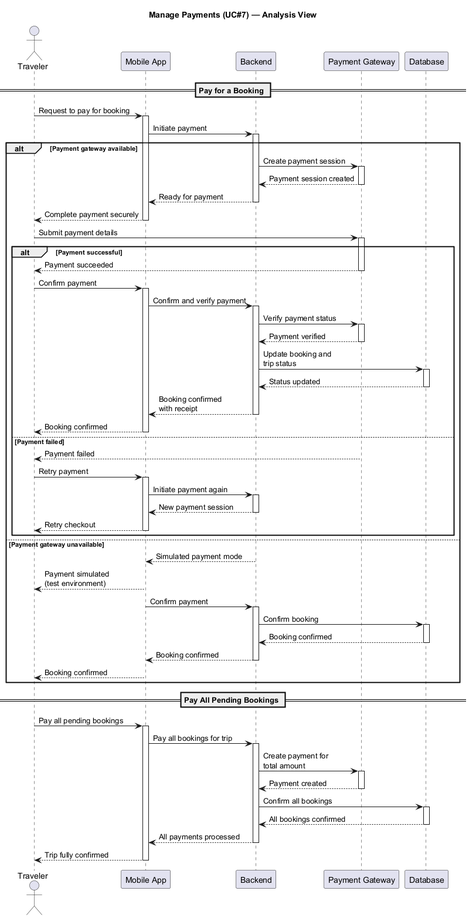
AbdelrahmanMostafa33/TourMate-AI keeps this PlantUML diagram as docs/Diagrams/Payment_Management_Flow.png. Above is the earlier version. Source of this version:
```plantuml
@startuml Payment_Management_Flow
title Manage Payments (UC#7) — Analysis View

actor Traveler
participant "Mobile App" as App
participant "Backend" as Backend
participant "Payment Gateway" as Stripe
participant "Database" as DB

== Pay for a Booking ==

Traveler -> App: Request to pay for booking
activate App

App -> Backend: Initiate payment
activate Backend

alt Payment gateway available
  Backend -> Stripe: Create payment session
  activate Stripe
  Stripe --> Backend: Payment session created
  deactivate Stripe

  Backend --> App: Ready for payment
  deactivate Backend

  App --> Traveler: Complete payment securely
  deactivate App

  Traveler -> Stripe: Submit payment details
  activate Stripe

  alt Payment successful
    Stripe --> Traveler: Payment succeeded
    deactivate Stripe

    Traveler -> App: Confirm payment
    activate App
    App -> Backend: Confirm and verify payment
    activate Backend

    Backend -> Stripe: Verify payment status
    activate Stripe
    Stripe --> Backend: Payment verified
    deactivate Stripe

    Backend -> DB: Update booking and\ntrip status
    activate DB
    DB --> Backend: Status updated
    deactivate DB

    Backend --> App: Booking confirmed\nwith receipt
    deactivate Backend
    App --> Traveler: Booking confirmed
    deactivate App

  else Payment failed
    Stripe --> Traveler: Payment failed
    deactivate Stripe

    Traveler -> App: Retry payment
    activate App
    App -> Backend: Initiate payment again
    activate Backend
    Backend --> App: New payment session
    deactivate Backend
    App --> Traveler: Retry checkout
    deactivate App
  end

else Payment gateway unavailable
  Backend --> App: Simulated payment mode
  deactivate Backend

  App --> Traveler: Payment simulated\n(test environment)
  deactivate App

  App -> Backend: Confirm payment
  activate Backend
  Backend -> DB: Confirm booking
  activate DB
  DB --> Backend: Booking confirmed
  deactivate DB
  Backend --> App: Booking confirmed
  deactivate Backend
  App --> Traveler: Booking confirmed
  deactivate App
end

== Pay All Pending Bookings ==

Traveler -> App: Pay all pending bookings
activate App

App -> Backend: Pay all bookings for trip
activate Backend

Backend -> Stripe: Create payment for\ntotal amount
activate Stripe
Stripe --> Backend: Payment created
deactivate Stripe

Backend -> DB: Confirm all bookings
activate DB
DB --> Backend: All bookings confirmed
deactivate DB

Backend --> App: All payments processed
deactivate Backend

App --> Traveler: Trip fully confirmed
deactivate App

@enduml
```
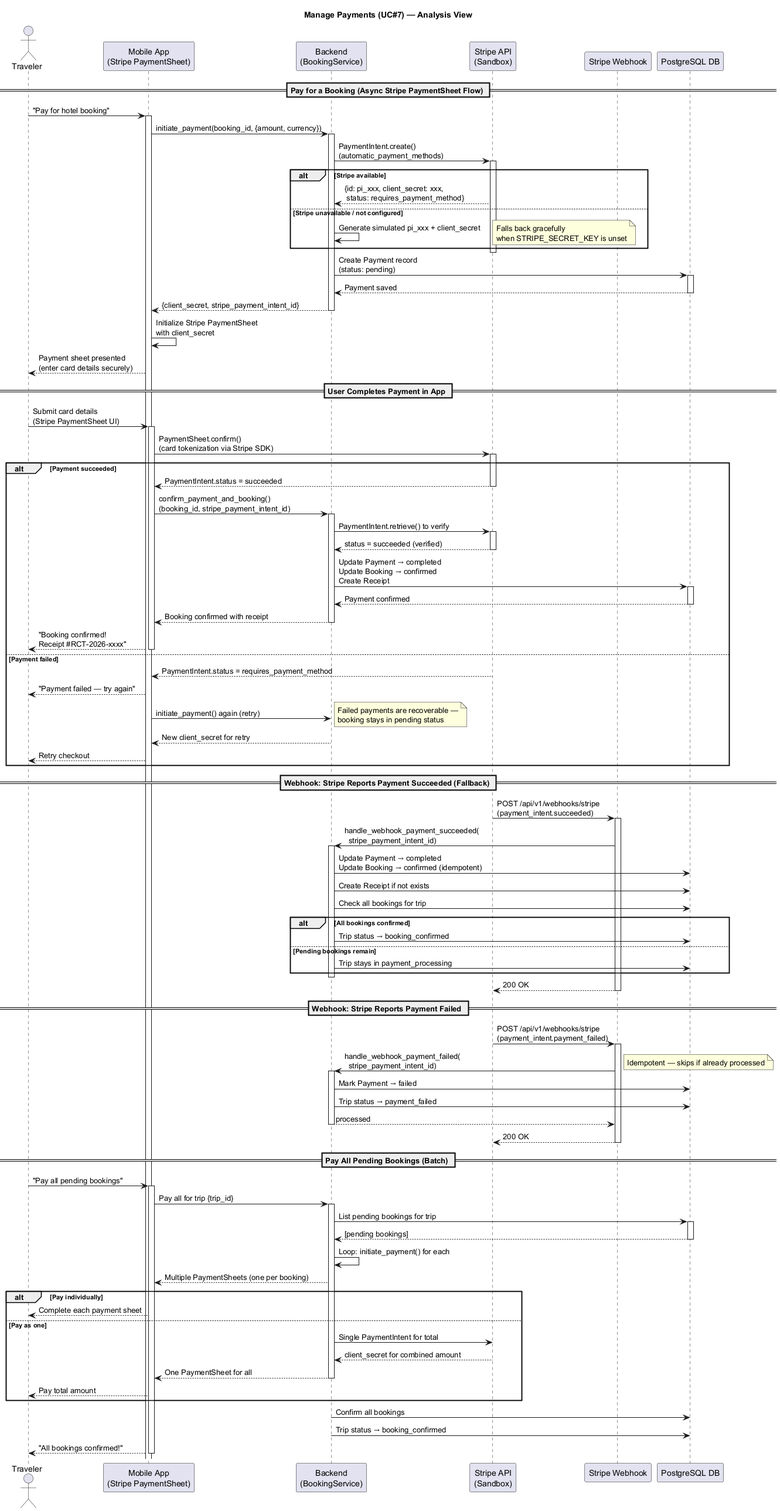
The same file after the commit.

What changed in the source:
```diff
@@ -2,113 +2,153 @@
 title Manage Payments (UC#7) — Analysis View
 
 actor Traveler
-participant "Mobile App" as App
-participant "Backend" as Backend
-participant "Payment Gateway" as Stripe
-participant "Database" as DB
+participant "Mobile App\n(Stripe PaymentSheet)" as App
+participant "Backend\n(BookingService)" as Backend
+participant "Stripe API\n(Sandbox)" as Stripe
+participant "Stripe Webhook" as Webhook
+participant "PostgreSQL DB" as DB
 
-== Pay for a Booking ==
+== Pay for a Booking (Async Stripe PaymentSheet Flow) ==
 
-Traveler -> App: Request to pay for booking
+Traveler -> App: "Pay for hotel booking"
 activate App
 
-App -> Backend: Initiate payment
+App -> Backend: initiate_payment(booking_id, {amount, currency})
 activate Backend
 
-alt Payment gateway available
-  Backend -> Stripe: Create payment session
-  activate Stripe
-  Stripe --> Backend: Payment session created
+Backend -> Stripe: PaymentIntent.create()\n(automatic_payment_methods)
+activate Stripe
+
+alt Stripe available
+  Stripe --> Backend: {id: pi_xxx, client_secret: xxx,\n status: requires_payment_method}
+else Stripe unavailable / not configured
+  Backend -> Backend: Generate simulated pi_xxx + client_secret
+  note right: Falls back gracefully\nwhen STRIPE_SECRET_KEY is unset
+end
+deactivate Stripe
+
+Backend -> DB: Create Payment record\n(status: pending)
+activate DB
+DB --> Backend: Payment saved
+deactivate DB
+
+Backend --> App: {client_secret, stripe_payment_intent_id}
+deactivate Backend
+
+App -> App: Initialize Stripe PaymentSheet\nwith client_secret
+
+App --> Traveler: Payment sheet presented\n(enter card details securely)
+
+== User Completes Payment in App ==
+
+Traveler -> App: Submit card details\n(Stripe PaymentSheet UI)
+activate App
+
+App -> Stripe: PaymentSheet.confirm()\n(card tokenization via Stripe SDK)
+activate Stripe
+
+alt Payment succeeded
+  Stripe --> App: PaymentIntent.status = succeeded
   deactivate Stripe
 
-  Backend --> App: Ready for payment
+  App -> Backend: confirm_payment_and_booking()\n(booking_id, stripe_payment_intent_id)
+  activate Backend
+
+  Backend -> Stripe: PaymentIntent.retrieve() to verify
+  activate Stripe
+  Stripe --> Backend: status = succeeded (verified)
+  deactivate Stripe
+
+  Backend -> DB: Update Payment → completed\nUpdate Booking → confirmed\nCreate Receipt
+  activate DB
+  DB --> Backend: Payment confirmed
+  deactivate DB
+
+  Backend --> App: Booking confirmed with receipt
   deactivate Backend
 
-  App --> Traveler: Complete payment securely
+  App --> Traveler: "Booking confirmed!\nReceipt #RCT-2026-xxxx"
   deactivate App
 
-  Traveler -> Stripe: Submit payment details
-  activate Stripe
+else Payment failed
+  Stripe --> App: PaymentIntent.status = requires_payment_method
+  deactivate Stripe
 
-  alt Payment successful
-    Stripe --> Traveler: Payment succeeded
-    deactivate Stripe
-
-    Traveler -> App: Confirm payment
-    activate App
-    App -> Backend: Confirm and verify payment
-    activate Backend
-
-    Backend -> Stripe: Verify payment status
-    activate Stripe
-    Stripe --> Backend: Payment verified
-    deactivate Stripe
-
-    Backend -> DB: Update booking and\ntrip status
-    activate DB
-    DB --> Backend: Status updated
-    deactivate DB
-
-    Backend --> App: Booking confirmed\nwith receipt
-    deactivate Backend
-    App --> Traveler: Booking confirmed
-    deactivate App
-
-  else Payment failed
-    Stripe --> Traveler: Payment failed
-    deactivate Stripe
-
-    Traveler -> App: Retry payment
-    activate App
-    App -> Backend: Initiate payment again
-    activate Backend
-    Backend --> App: New payment session
-    deactivate Backend
-    App --> Traveler: Retry checkout
-    deactivate App
-  end
-
-else Payment gateway unavailable
-  Backend --> App: Simulated payment mode
-  deactivate Backend
-
-  App --> Traveler: Payment simulated\n(test environment)
-  deactivate App
-
-  App -> Backend: Confirm payment
-  activate Backend
-  Backend -> DB: Confirm booking
-  activate DB
-  DB --> Backend: Booking confirmed
-  deactivate DB
-  Backend --> App: Booking confirmed
-  deactivate Backend
-  App --> Traveler: Booking confirmed
-  deactivate App
+  App --> Traveler: "Payment failed — try again"
+  App -> Backend: initiate_payment() again (retry)
+  note right: Failed payments are recoverable —\nbooking stays in pending status
+  Backend --> App: New client_secret for retry
+  App --> Traveler: Retry checkout
 end
 
-== Pay All Pending Bookings ==
+== Webhook: Stripe Reports Payment Succeeded (Fallback) ==
 
-Traveler -> App: Pay all pending bookings
+Stripe -> Webhook: POST /api/v1/webhooks/stripe\n(payment_intent.succeeded)
+activate Webhook
+
+Webhook -> Backend: handle_webhook_payment_succeeded(\n  stripe_payment_intent_id)
+activate Backend
+
+Backend -> DB: Update Payment → completed\nUpdate Booking → confirmed (idempotent)
+Backend -> DB: Create Receipt if not exists
+
+Backend -> DB: Check all bookings for trip
+alt All bookings confirmed
+  Backend -> DB: Trip status → booking_confirmed
+else Pending bookings remain
+  Backend -> DB: Trip stays in payment_processing
+end
+deactivate Backend
+
+Webhook --> Stripe: 200 OK
+deactivate Webhook
+
+== Webhook: Stripe Reports Payment Failed ==
+
+Stripe -> Webhook: POST /api/v1/webhooks/stripe\n(payment_intent.payment_failed)
+activate Webhook
+
+Webhook -> Backend: handle_webhook_payment_failed(\n  stripe_payment_intent_id)
+activate Backend
+note right: Idempotent — skips if already processed
+Backend -> DB: Mark Payment → failed
+Backend -> DB: Trip status → payment_failed
+Backend --> Webhook: processed
+deactivate Backend
+
+Webhook --> Stripe: 200 OK
+deactivate Webhook
+
+== Pay All Pending Bookings (Batch) ==
+
+Traveler -> App: "Pay all pending bookings"
 activate App
 
-App -> Backend: Pay all bookings for trip
+App -> Backend: Pay all for trip {trip_id}
 activate Backend
 
-Backend -> Stripe: Create payment for\ntotal amount
-activate Stripe
-Stripe --> Backend: Payment created
-deactivate Stripe
+Backend -> DB: List pending bookings for trip
+activate DB
+DB --> Backend: [pending bookings]
+deactivate DB
+
+Backend -> Backend: Loop: initiate_payment() for each
+Backend --> App: Multiple PaymentSheets (one per booking)
+
+alt Pay individually
+  App --> Traveler: Complete each payment sheet
+else Pay as one
+  Backend -> Stripe: Single PaymentIntent for total
+  Stripe --> Backend: client_secret for combined amount
+  Backend --> App: One PaymentSheet for all
+  deactivate Backend
+  App --> Traveler: Pay total amount
+end
 
 Backend -> DB: Confirm all bookings
-activate DB
-DB --> Backend: All bookings confirmed
-deactivate DB
+Backend -> DB: Trip status → booking_confirmed
 
-Backend --> App: All payments processed
-deactivate Backend
-
-App --> Traveler: Trip fully confirmed
+App --> Traveler: "All bookings confirmed!"
 deactivate App
 
 @enduml
```
